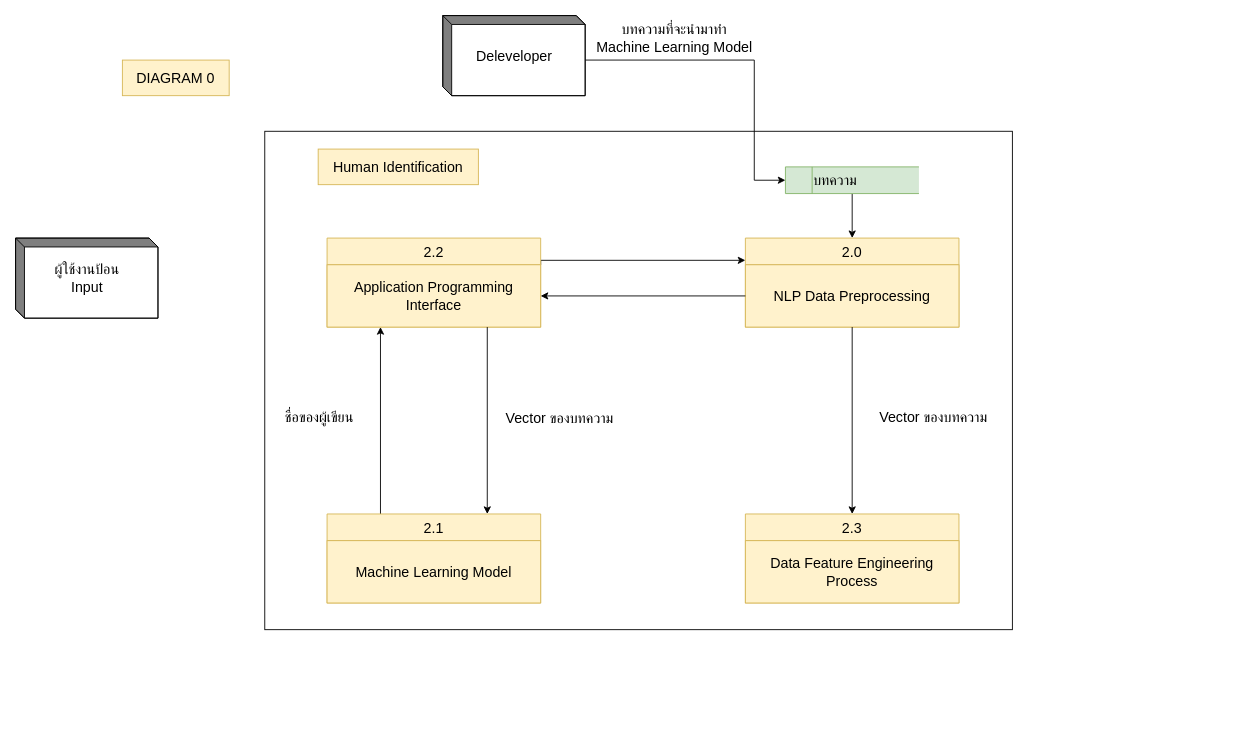
Before: page "Page-1" (1 of 2) of CE_project_diagram/DataFlow_diagram.drawio in phlpat/test_repo, a draw.io diagram. Source tidied: cells renumbered, new cells numbered last; positions are measured from the earlier drawing's top-left corner, leaving out a move shared by most shapes. Both pictures are drawn from the tidied source at 89%, with x=0, y=0 at pixel (15, 15).
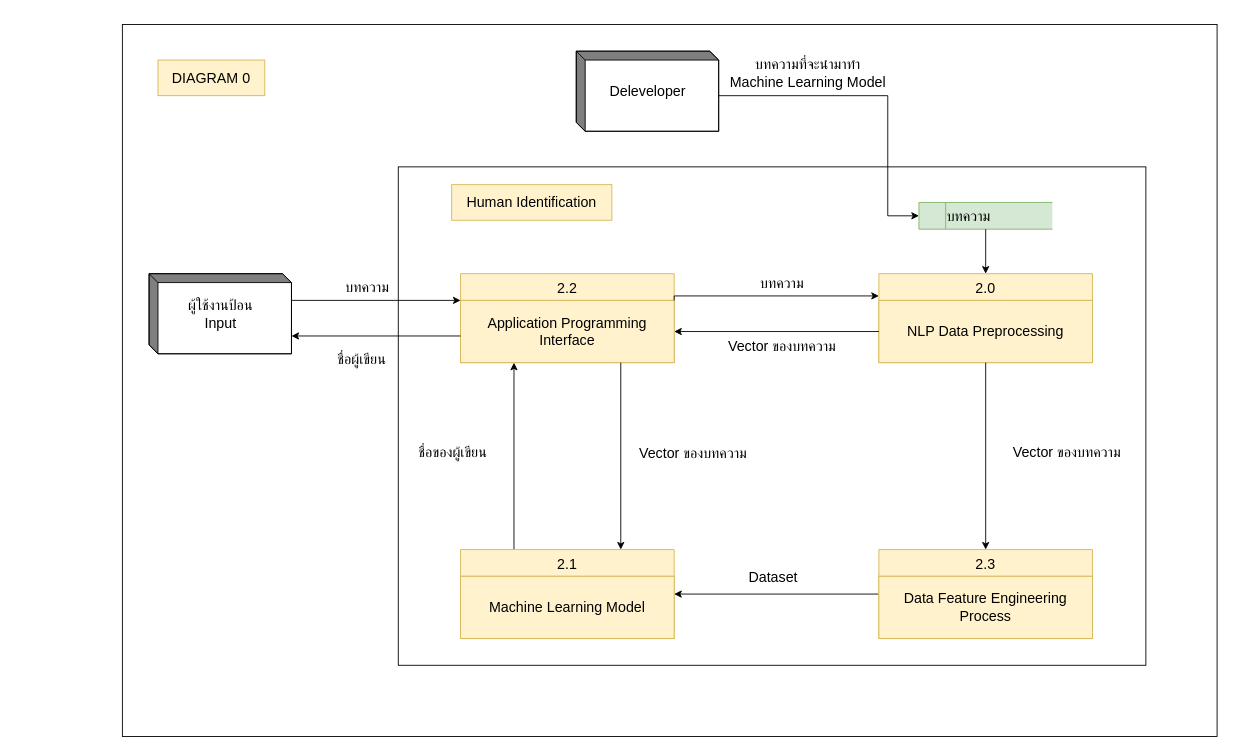
Above is the later version.

The change refers to these unchanged cells:
```xml
<mxCell id="12" value="Application Programming Interface" style="text;html=1;strokeColor=#d6b656;fillColor=#fff2cc;align=center;verticalAlign=middle;whiteSpace=wrap;rounded=0;fontSize=16;" parent="11" vertex="1">
  <mxGeometry y="30" width="240" height="70" as="geometry" />
</mxCell>
<mxCell id="14" value="NLP Data Preprocessing" style="text;html=1;strokeColor=#d6b656;fillColor=#fff2cc;align=center;verticalAlign=middle;whiteSpace=wrap;rounded=0;fontSize=16;" parent="13" vertex="1">
  <mxGeometry y="30" width="240" height="70" as="geometry" />
</mxCell>
```

The edit, as a diff of the source:
```diff
@@
+    <mxCell id="27" style="group;" parent="1" vertex="1">
+      <mxGeometry x="120" y="10" width="1230" height="800" as="geometry" />
+    </mxCell>
+    <mxCell id="28" style="rounded=0;whiteSpace=wrap;html=1;fontSize=16;" parent="27" vertex="1">
+      <mxGeometry width="1230" height="800" as="geometry" />
+    </mxCell>
-    <mxCell id="2" style="rounded=0;whiteSpace=wrap;html=1;fontSize=16;" parent="1" vertex="1">
-      <mxGeometry x="280" y="130" width="840" height="560" as="geometry" />
+    <mxCell id="2" style="rounded=0;whiteSpace=wrap;html=1;fontSize=16;" parent="27" vertex="1">
+      <mxGeometry x="310" y="160" width="840" height="560" as="geometry" />
     </mxCell>
-    <mxCell id="3" value="DIAGRAM 0" style="rounded=0;whiteSpace=wrap;html=1;fontSize=16;fillColor=#fff2cc;strokeColor=#d6b656;" parent="1" vertex="1">
-      <mxGeometry x="120" y="50" width="120" height="40" as="geometry" />
+    <mxCell id="3" value="DIAGRAM 0" style="rounded=0;whiteSpace=wrap;html=1;fontSize=16;fillColor=#fff2cc;strokeColor=#d6b656;" parent="27" vertex="1">
+      <mxGeometry x="40" y="40" width="120" height="40" as="geometry" />
     </mxCell>
-    <mxCell id="4" style="edgeStyle=orthogonalEdgeStyle;rounded=0;jettySize=auto;html=1;entryX=0;entryY=0.5;entryDx=0;entryDy=0;fontSize=16;exitX=0;exitY=0;exitDx=160;exitDy=50;exitPerimeter=0;" parent="1" edge="1" source="9" target="6">
-      <mxGeometry relative="1" as="geometry">
-        <Array as="points">
-          <mxPoint x="830" y="50" />
-          <mxPoint x="830" y="185" />
-        </Array>
-      </mxGeometry>
-    </mxCell>
-    <mxCell id="5" style="edgeStyle=orthogonalEdgeStyle;rounded=0;jettySize=auto;html=1;entryX=0.5;entryY=0;entryDx=0;entryDy=0;fontSize=16;" parent="1" edge="1" source="6" target="13">
-      <mxGeometry relative="1" as="geometry" />
-    </mxCell>
-    <mxCell id="6" value="&lt;div style=&quot;text-align: center;&quot;&gt;&lt;span style=&quot;background-color: initial; white-space: pre;&quot;&gt; &lt;/span&gt;&lt;span style=&quot;white-space: pre;&quot;&gt;&amp;nbsp;    &lt;/span&gt;&lt;span style=&quot;background-color: initial;&quot;&gt;บทความ&lt;/span&gt;&lt;/div&gt;" style="html=1;dashed=0;whitespace=wrap;shape=mxgraph.dfd.dataStoreID;align=left;spacingLeft=3;points=[[0,0],[0.5,0],[1,0],[0,0.5],[1,0.5],[0,1],[0.5,1],[1,1]];fontSize=16;fillColor=#d5e8d4;strokeColor=#82b366;" parent="1" vertex="1">
-      <mxGeometry x="865" y="170" width="150" height="30" as="geometry" />
+    <mxCell id="6" value="&lt;div style=&quot;text-align: center;&quot;&gt;&lt;span style=&quot;background-color: initial; white-space: pre;&quot;&gt; &lt;/span&gt;&lt;span style=&quot;white-space: pre;&quot;&gt;&amp;nbsp;    &lt;/span&gt;&lt;span style=&quot;background-color: initial;&quot;&gt;บทความ&lt;/span&gt;&lt;/div&gt;" style="html=1;dashed=0;whitespace=wrap;shape=mxgraph.dfd.dataStoreID;align=left;spacingLeft=3;points=[[0,0],[0.5,0],[1,0],[0,0.5],[1,0.5],[0,1],[0.5,1],[1,1]];fontSize=16;fillColor=#d5e8d4;strokeColor=#82b366;" parent="27" vertex="1">
+      <mxGeometry x="895" y="200" width="150" height="30" as="geometry" />
     </mxCell>
-    <mxCell id="7" value="Human Identification" style="rounded=0;whiteSpace=wrap;html=1;fontSize=16;fillColor=#fff2cc;strokeColor=#d6b656;" parent="1" vertex="1">
-      <mxGeometry x="340" y="150" width="180" height="40" as="geometry" />
+    <mxCell id="7" value="Human Identification" style="rounded=0;whiteSpace=wrap;html=1;fontSize=16;fillColor=#fff2cc;strokeColor=#d6b656;" parent="27" vertex="1">
+      <mxGeometry x="370" y="180" width="180" height="40" as="geometry" />
     </mxCell>
-    <mxCell id="8" value="&lt;span style=&quot;font-size: 16px;&quot;&gt;ผู้ใช้งานป้อน&lt;/span&gt;&lt;br style=&quot;font-size: 16px;&quot;&gt;&lt;span style=&quot;font-size: 16px;&quot;&gt;Input&lt;/span&gt;" style="html=1;dashed=0;whitespace=wrap;shape=mxgraph.dfd.externalEntity;fontSize=12;" parent="1" vertex="1">
-      <mxGeometry y="250" width="160" height="90" as="geometry" />
+    <mxCell id="8" value="&lt;span style=&quot;font-size: 16px;&quot;&gt;ผู้ใช้งานป้อน&lt;/span&gt;&lt;br style=&quot;font-size: 16px;&quot;&gt;&lt;span style=&quot;font-size: 16px;&quot;&gt;Input&lt;/span&gt;" style="html=1;dashed=0;whitespace=wrap;shape=mxgraph.dfd.externalEntity;fontSize=12;" parent="27" vertex="1">
+      <mxGeometry x="30" y="280" width="160" height="90" as="geometry" />
     </mxCell>
-    <mxCell id="9" value="&lt;span style=&quot;font-size: 16px;&quot;&gt;Deleveloper&lt;/span&gt;" style="html=1;dashed=0;whitespace=wrap;shape=mxgraph.dfd.externalEntity;fontSize=12;" parent="1" vertex="1">
-      <mxGeometry x="480" width="160" height="90" as="geometry" />
+    <mxCell id="9" value="&lt;span style=&quot;font-size: 16px;&quot;&gt;Deleveloper&lt;/span&gt;" style="html=1;dashed=0;whitespace=wrap;shape=mxgraph.dfd.externalEntity;fontSize=12;" parent="27" vertex="1">
+      <mxGeometry x="510" y="30" width="160" height="90" as="geometry" />
     </mxCell>
-    <mxCell id="10" style="edgeStyle=orthogonalEdgeStyle;rounded=0;jettySize=auto;html=1;entryX=0;entryY=0.25;entryDx=0;entryDy=0;fontSize=16;exitX=1;exitY=0;exitDx=0;exitDy=0;" parent="1" edge="1" source="12" target="13">
-      <mxGeometry relative="1" as="geometry">
-        <Array as="points">
-          <mxPoint x="590" y="275" />
-        </Array>
-      </mxGeometry>
-    </mxCell>
+    <mxCell id="4" style="edgeStyle=orthogonalEdgeStyle;rounded=0;jettySize=auto;html=1;entryX=0;entryY=0.5;entryDx=0;entryDy=0;fontSize=16;exitX=0;exitY=0;exitDx=160;exitDy=50;exitPerimeter=0;" parent="27" edge="1" source="9" target="6">
+      <mxGeometry relative="1" as="geometry">
+        <Array as="points">
+          <mxPoint x="860" y="80" />
+          <mxPoint x="860" y="215" />
+        </Array>
+      </mxGeometry>
+    </mxCell>
-    <mxCell id="11" value="2.2" style="swimlane;fontStyle=0;horizontal=1;startSize=30;fillColor=#fff2cc;swimlaneFillColor=#ffffff;fontSize=16;strokeColor=#d6b656;" parent="1" vertex="1">
-      <mxGeometry x="350" y="250" width="240" height="100" as="geometry" />
+    <mxCell id="11" value="2.2" style="swimlane;fontStyle=0;horizontal=1;startSize=30;fillColor=#fff2cc;swimlaneFillColor=#ffffff;fontSize=16;strokeColor=#d6b656;" parent="27" vertex="1">
+      <mxGeometry x="380" y="280" width="240" height="100" as="geometry" />
     </mxCell>
@@
-    <mxCell id="13" value="2.0" style="swimlane;fontStyle=0;horizontal=1;startSize=30;fillColor=#fff2cc;swimlaneFillColor=#ffffff;fontSize=16;strokeColor=#d6b656;" parent="1" vertex="1">
-      <mxGeometry x="820" y="250" width="240" height="100" as="geometry" />
+    <mxCell id="13" value="2.0" style="swimlane;fontStyle=0;horizontal=1;startSize=30;fillColor=#fff2cc;swimlaneFillColor=#ffffff;fontSize=16;strokeColor=#d6b656;" parent="27" vertex="1">
+      <mxGeometry x="850" y="280" width="240" height="100" as="geometry" />
     </mxCell>
@@
+    <mxCell id="5" style="edgeStyle=orthogonalEdgeStyle;rounded=0;jettySize=auto;html=1;entryX=0.5;entryY=0;entryDx=0;entryDy=0;fontSize=16;" parent="27" edge="1" source="6" target="13">
+      <mxGeometry relative="1" as="geometry" />
+    </mxCell>
+    <mxCell id="10" style="edgeStyle=orthogonalEdgeStyle;rounded=0;jettySize=auto;html=1;entryX=0;entryY=0.25;entryDx=0;entryDy=0;fontSize=16;exitX=1;exitY=0;exitDx=0;exitDy=0;" parent="27" edge="1" source="12" target="13">
+      <mxGeometry relative="1" as="geometry">
+        <Array as="points">
+          <mxPoint x="620" y="305" />
+        </Array>
+      </mxGeometry>
+    </mxCell>
-    <mxCell id="15" style="edgeStyle=orthogonalEdgeStyle;rounded=0;jettySize=auto;html=1;entryX=1;entryY=0.5;entryDx=0;entryDy=0;fontSize=16;" parent="1" edge="1" source="14" target="12">
+    <mxCell id="15" style="edgeStyle=orthogonalEdgeStyle;rounded=0;jettySize=auto;html=1;entryX=1;entryY=0.5;entryDx=0;entryDy=0;fontSize=16;" parent="27" edge="1" source="14" target="12">
       <mxGeometry relative="1" as="geometry" />
     </mxCell>
-    <mxCell id="16" style="edgeStyle=orthogonalEdgeStyle;rounded=0;jettySize=auto;html=1;exitX=0.25;exitY=0;exitDx=0;exitDy=0;entryX=0.25;entryY=1;entryDx=0;entryDy=0;fontSize=16;" parent="1" edge="1" source="18" target="12">
+    <mxCell id="16" style="edgeStyle=orthogonalEdgeStyle;rounded=0;jettySize=auto;html=1;exitX=0.25;exitY=0;exitDx=0;exitDy=0;entryX=0.25;entryY=1;entryDx=0;entryDy=0;fontSize=16;" parent="27" edge="1" source="18" target="12">
       <mxGeometry relative="1" as="geometry" />
     </mxCell>
@@
-    <mxCell id="18" value="2.1" style="swimlane;fontStyle=0;horizontal=1;startSize=30;fillColor=#fff2cc;swimlaneFillColor=#ffffff;fontSize=16;strokeColor=#d6b656;" parent="1" vertex="1">
-      <mxGeometry x="350" y="560" width="240" height="100" as="geometry" />
+    <mxCell id="18" value="2.1" style="swimlane;fontStyle=0;horizontal=1;startSize=30;fillColor=#fff2cc;swimlaneFillColor=#ffffff;fontSize=16;strokeColor=#d6b656;" parent="27" vertex="1">
+      <mxGeometry x="380" y="590" width="240" height="100" as="geometry" />
     </mxCell>
@@
-    <mxCell id="20" style="edgeStyle=orthogonalEdgeStyle;rounded=0;jettySize=auto;html=1;exitX=0.75;exitY=1;exitDx=0;exitDy=0;entryX=0.75;entryY=0;entryDx=0;entryDy=0;fontSize=16;" parent="1" edge="1" source="12" target="18">
+    <mxCell id="20" style="edgeStyle=orthogonalEdgeStyle;rounded=0;jettySize=auto;html=1;exitX=0.75;exitY=1;exitDx=0;exitDy=0;entryX=0.75;entryY=0;entryDx=0;entryDy=0;fontSize=16;" parent="27" edge="1" source="12" target="18">
       <mxGeometry relative="1" as="geometry" />
     </mxCell>
@@
-    <mxCell id="22" value="บทความที่จะนำมาทำ &lt;br&gt;Machine Learning Model" style="text;html=1;align=center;verticalAlign=middle;strokeColor=none;fillColor=none;fontSize=16;" parent="1" vertex="1">
-      <mxGeometry x="640" width="200" height="50" as="geometry" />
+    <mxCell id="22" value="บทความที่จะนำมาทำ &lt;br&gt;Machine Learning Model" style="text;html=1;align=center;verticalAlign=middle;strokeColor=none;fillColor=none;fontSize=16;" parent="27" vertex="1">
+      <mxGeometry x="670" y="30" width="200" height="50" as="geometry" />
     </mxCell>
+    <mxCell id="29" style="edgeStyle=orthogonalEdgeStyle;rounded=0;jettySize=auto;html=1;fontSize=16;" parent="27" edge="1" source="23">
+      <mxGeometry relative="1" as="geometry">
+        <mxPoint x="620" y="640" as="targetPoint" />
+        <Array as="points">
+          <mxPoint x="620" y="640" />
+        </Array>
+      </mxGeometry>
+    </mxCell>
+    <mxCell id="30" value="Dataset" style="edgeLabel;html=1;align=center;verticalAlign=middle;fontSize=16;" parent="29" vertex="1">
+      <mxGeometry x="0.11" y="1" relative="1" as="geometry">
+        <mxPoint x="8" y="-21" as="offset" />
+      </mxGeometry>
+    </mxCell>
-    <mxCell id="23" value="2.3" style="swimlane;fontStyle=0;horizontal=1;startSize=30;fillColor=#fff2cc;swimlaneFillColor=#ffffff;fontSize=16;strokeColor=#d6b656;" parent="1" vertex="1">
-      <mxGeometry x="820" y="560" width="240" height="100" as="geometry" />
+    <mxCell id="23" value="2.3" style="swimlane;fontStyle=0;horizontal=1;startSize=30;fillColor=#fff2cc;swimlaneFillColor=#ffffff;fontSize=16;strokeColor=#d6b656;" parent="27" vertex="1">
+      <mxGeometry x="850" y="590" width="240" height="100" as="geometry" />
     </mxCell>
@@
-    <mxCell id="25" style="edgeStyle=orthogonalEdgeStyle;rounded=0;jettySize=auto;html=1;entryX=0.5;entryY=0;entryDx=0;entryDy=0;fontSize=16;" parent="1" edge="1" source="14" target="23">
+    <mxCell id="25" style="edgeStyle=orthogonalEdgeStyle;rounded=0;jettySize=auto;html=1;entryX=0.5;entryY=0;entryDx=0;entryDy=0;fontSize=16;" parent="27" edge="1" source="14" target="23">
       <mxGeometry relative="1" as="geometry" />
     </mxCell>
-    <mxCell id="26" value="Vector ของบทความ" style="edgeLabel;html=1;align=center;verticalAlign=middle;fontSize=16;" parent="1" vertex="1">
-      <mxGeometry x="1030" y="450" as="geometry" />
+    <mxCell id="26" value="Vector ของบทความ" style="edgeLabel;html=1;align=center;verticalAlign=middle;fontSize=16;" parent="27" vertex="1">
+      <mxGeometry x="1060" y="480" as="geometry" />
     </mxCell>
+    <mxCell id="31" value="Vector ของบทความ" style="edgeLabel;html=1;align=center;verticalAlign=middle;fontSize=16;" parent="27" vertex="1">
+      <mxGeometry x="740" y="360" as="geometry" />
+    </mxCell>
+    <mxCell id="32" value="บทความ" style="edgeLabel;html=1;align=center;verticalAlign=middle;fontSize=16;" parent="27" vertex="1">
+      <mxGeometry x="740" y="290" as="geometry" />
+    </mxCell>
+    <mxCell id="33" style="edgeStyle=orthogonalEdgeStyle;rounded=0;orthogonalLoop=1;jettySize=auto;html=1;exitX=0;exitY=0;exitDx=160;exitDy=30;exitPerimeter=0;entryX=0;entryY=0;entryDx=0;entryDy=0;fontSize=16;" parent="27" edge="1">
+      <mxGeometry relative="1" as="geometry">
+        <mxPoint x="190" y="310" as="sourcePoint" />
+        <mxPoint x="380" y="310" as="targetPoint" />
+        <Array as="points">
+          <mxPoint x="330" y="310" />
+          <mxPoint x="330" y="310" />
+        </Array>
+      </mxGeometry>
+    </mxCell>
+    <mxCell id="34" style="edgeStyle=orthogonalEdgeStyle;rounded=0;orthogonalLoop=1;jettySize=auto;html=1;entryX=0;entryY=0;entryDx=160;entryDy=70;entryPerimeter=0;fontSize=16;" parent="27" edge="1">
+      <mxGeometry relative="1" as="geometry">
+        <mxPoint x="380" y="350" as="sourcePoint" />
+        <mxPoint x="190" y="350" as="targetPoint" />
+        <Array as="points">
+          <mxPoint x="380" y="350" />
+        </Array>
+      </mxGeometry>
+    </mxCell>
+    <mxCell id="35" value="บทความ" style="text;html=1;align=center;verticalAlign=middle;strokeColor=none;fillColor=none;fontSize=16;" parent="27" vertex="1">
+      <mxGeometry x="235" y="280" width="80" height="30" as="geometry" />
+    </mxCell>
+    <mxCell id="36" value="&lt;div style=&quot;text-align: center;&quot;&gt;&lt;span style=&quot;background-color: initial;&quot;&gt;ชื่อผู้เขียน&lt;/span&gt;&lt;/div&gt;" style="text;whiteSpace=wrap;html=1;fontSize=16;" parent="27" vertex="1">
+      <mxGeometry x="240" y="360" width="70" height="30" as="geometry" />
+    </mxCell>
```
